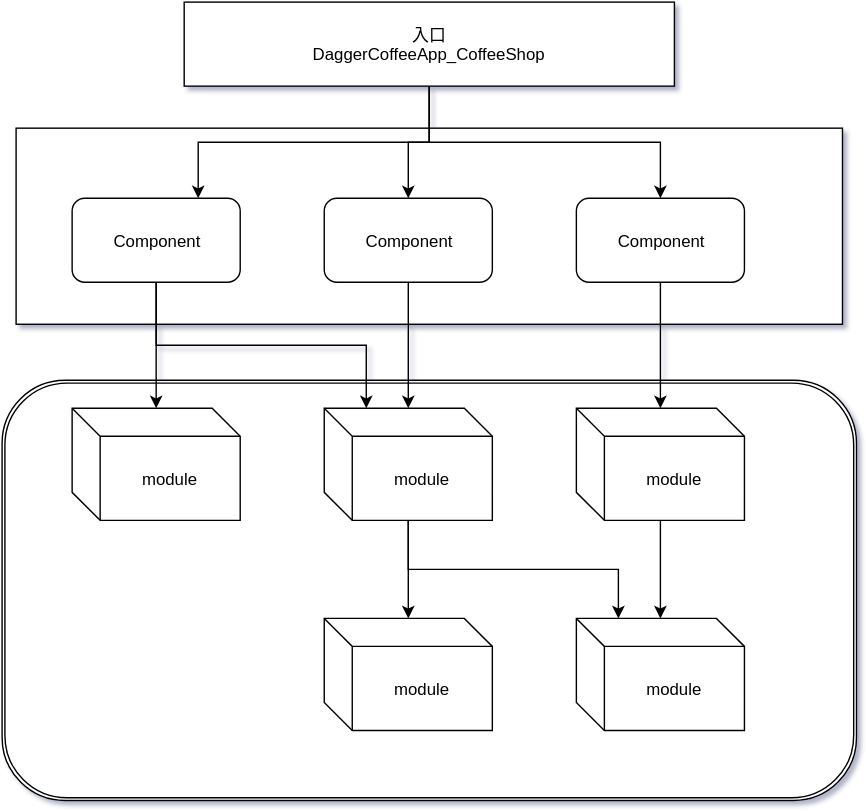
This is doc/dagger调用层次.svg from Ryan-Miao/l4dagger2, a draw.io export, as it was before one commit. Source tidied: cells renumbered, new cells last; positions are measured from the earlier drawing's top-left corner, leaving out a move shared by most shapes.
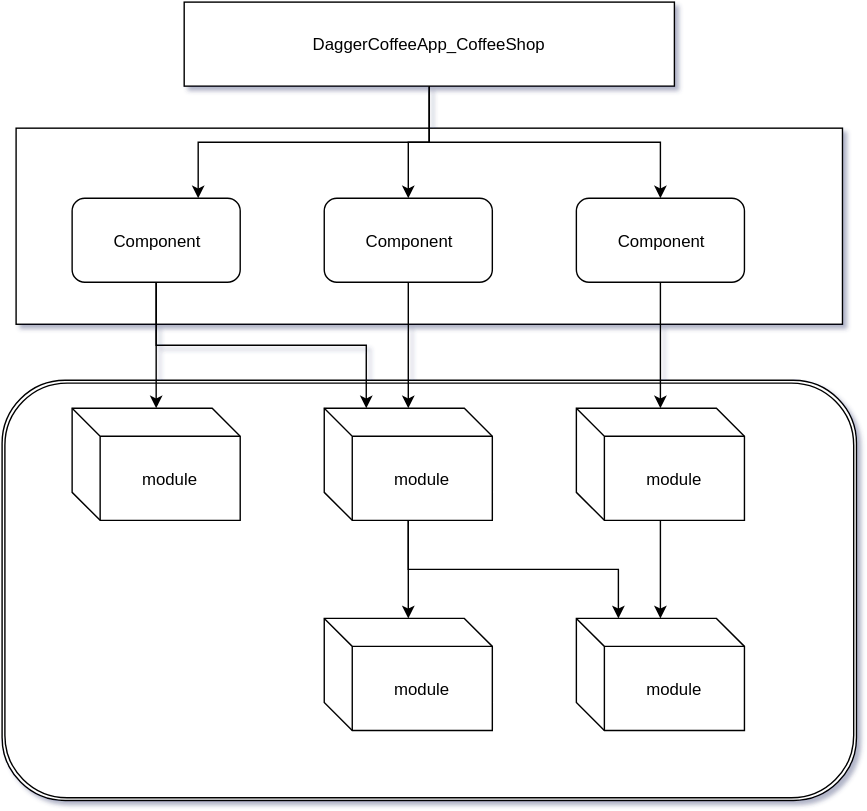
Later version of the same file.

Commit message:
已添加 dagger调用层次.svg

Change to the diagram source:
```diff
@@ -17,7 +17,7 @@
     <mxCell id="6" style="edgeStyle=orthogonalEdgeStyle;rounded=0;html=1;exitX=0.5;exitY=1;entryX=0.5;entryY=0;jettySize=auto;" parent="1" edge="1" source="7" target="14">
       <mxGeometry relative="1" as="geometry" />
     </mxCell>
-    <mxCell id="7" value="入口&lt;div&gt;&lt;span&gt;DaggerCoffeeApp_CoffeeShop&lt;/span&gt;&lt;/div&gt;" style="rounded=0;whiteSpace=wrap;html=1;" parent="1" vertex="1">
+    <mxCell id="7" value="&lt;span&gt;DaggerCoffeeApp_CoffeeShop&lt;/span&gt;" style="rounded=0;whiteSpace=wrap;html=1;" parent="1" vertex="1">
       <mxGeometry x="130" width="350" height="60" as="geometry" />
     </mxCell>
     <mxCell id="8" style="edgeStyle=orthogonalEdgeStyle;rounded=0;html=1;exitX=0.5;exitY=1;entryX=0.5;entryY=0;jettySize=auto;" parent="1" edge="1" source="10" target="18">
```
